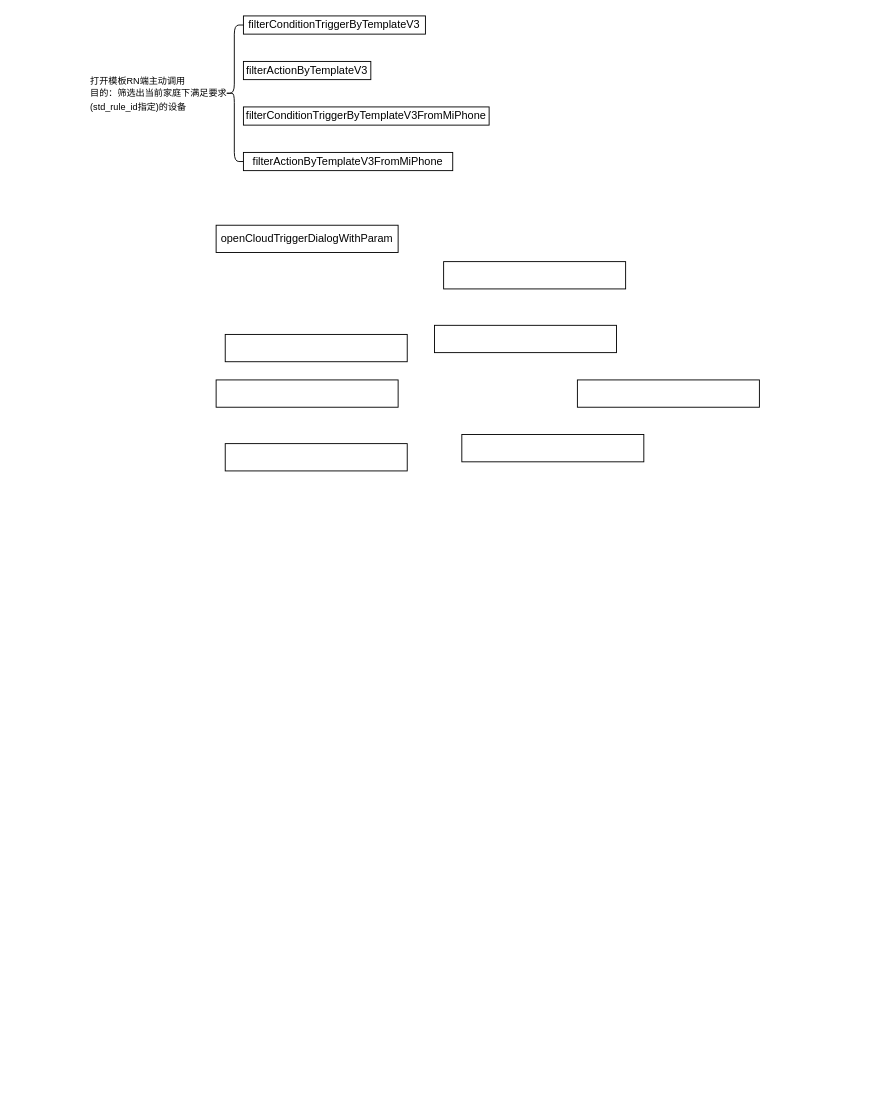
Earlier version of the draw.io diagram 未命名绘图.drawio (WljclW/coolweather). Source tidied: cells renumbered, new cells numbered last; positions are measured from the earlier drawing's top-left corner, leaving out a move shared by most shapes. Both pictures are drawn from the tidied source at 91%, with x=0, y=0 at pixel (88, 15).
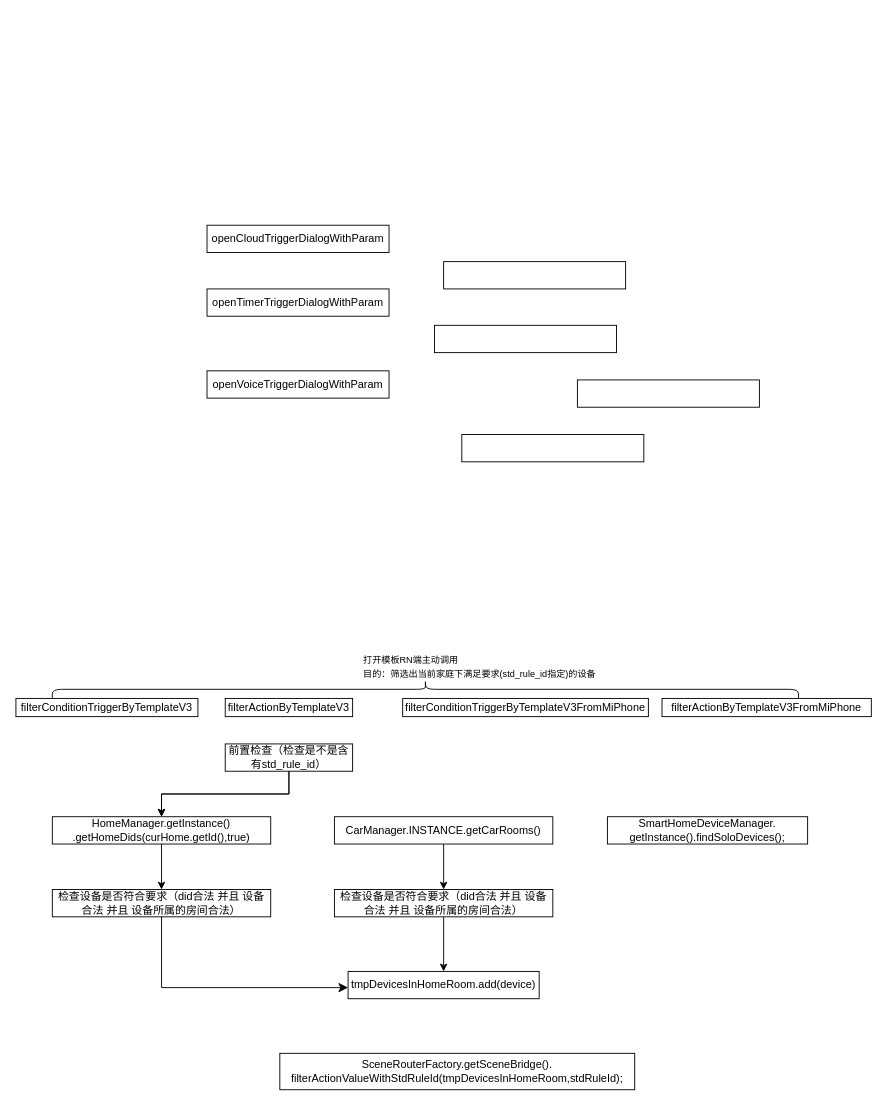
After the change.

Commit message:
更新未命名绘图.drawio

What changed in the source:
```diff
@@
-    <mxCell id="2" value="filterConditionTriggerByTemplateV3" style="rounded=0;whiteSpace=wrap;html=1;" parent="1" vertex="1">
-      <mxGeometry x="170" width="200" height="20" as="geometry" />
-    </mxCell>
-    <mxCell id="3" value="filterActionByTemplateV3" style="rounded=0;whiteSpace=wrap;html=1;" parent="1" vertex="1">
-      <mxGeometry x="170" y="50" width="140" height="20" as="geometry" />
-    </mxCell>
-    <mxCell id="4" value="filterConditionTriggerByTemplateV3FromMiPhone" style="rounded=0;whiteSpace=wrap;html=1;" parent="1" vertex="1">
-      <mxGeometry x="170" y="100" width="270" height="20" as="geometry" />
-    </mxCell>
-    <mxCell id="5" value="filterActionByTemplateV3FromMiPhone" style="rounded=0;whiteSpace=wrap;html=1;" parent="1" vertex="1">
-      <mxGeometry x="170" y="150" width="230" height="20" as="geometry" />
-    </mxCell>
-    <mxCell id="6" style="shape=curlyBracket;whiteSpace=wrap;html=1;rounded=1;labelPosition=left;verticalLabelPosition=middle;align=right;verticalAlign=middle;" parent="1" vertex="1">
-      <mxGeometry x="150" y="10" width="20" height="150" as="geometry" />
-    </mxCell>
-    <mxCell id="7" value="&lt;font style=&quot;font-size: 10px;&quot;&gt;打开模板RN端主动调用&lt;br&gt;目的：筛选出当前家庭下满足要求(std_rule_id指定)的设备&lt;br&gt;&lt;/font&gt;" style="text;html=1;align=left;verticalAlign=middle;whiteSpace=wrap;rounded=0;" parent="1" vertex="1">
-      <mxGeometry y="60" width="190" height="50" as="geometry" />
-    </mxCell>
     <mxCell id="8" value="openCloudTriggerDialogWithParam" style="rounded=0;whiteSpace=wrap;html=1;" parent="1" vertex="1">
-      <mxGeometry x="140" y="230" width="200" height="30" as="geometry" />
+      <mxGeometry x="130" y="230" width="200" height="30" as="geometry" />
     </mxCell>
@@
-    <mxCell id="13" style="rounded=0;whiteSpace=wrap;html=1;" parent="1" vertex="1">
-      <mxGeometry x="150" y="350" width="200" height="30" as="geometry" />
+    <mxCell id="13" value="openVoiceTriggerDialogWithParam" style="rounded=0;whiteSpace=wrap;html=1;" parent="1" vertex="1">
+      <mxGeometry x="130" y="390" width="200" height="30" as="geometry" />
     </mxCell>
-    <mxCell id="14" style="rounded=0;whiteSpace=wrap;html=1;" parent="1" vertex="1">
-      <mxGeometry x="140" y="400" width="200" height="30" as="geometry" />
+    <mxCell id="14" value="openTimerTriggerDialogWithParam" style="rounded=0;whiteSpace=wrap;html=1;" parent="1" vertex="1">
+      <mxGeometry x="130" y="300" width="200" height="30" as="geometry" />
     </mxCell>
-    <mxCell id="15" style="rounded=0;whiteSpace=wrap;html=1;" parent="1" vertex="1">
-      <mxGeometry x="150" y="470" width="200" height="30" as="geometry" />
-    </mxCell>
+    <mxCell id="2" value="filterConditionTriggerByTemplateV3" style="rounded=0;whiteSpace=wrap;html=1;" parent="1" vertex="1">
+      <mxGeometry x="-80" y="750" width="200" height="20" as="geometry" />
+    </mxCell>
+    <mxCell id="3" value="filterActionByTemplateV3" style="rounded=0;whiteSpace=wrap;html=1;" parent="1" vertex="1">
+      <mxGeometry x="150" y="750" width="140" height="20" as="geometry" />
+    </mxCell>
+    <mxCell id="4" value="filterConditionTriggerByTemplateV3FromMiPhone" style="rounded=0;whiteSpace=wrap;html=1;" parent="1" vertex="1">
+      <mxGeometry x="345" y="750" width="270" height="20" as="geometry" />
+    </mxCell>
+    <mxCell id="5" value="filterActionByTemplateV3FromMiPhone" style="rounded=0;whiteSpace=wrap;html=1;" parent="1" vertex="1">
+      <mxGeometry x="630" y="750" width="230" height="20" as="geometry" />
+    </mxCell>
+    <mxCell id="7" value="&lt;font style=&quot;font-size: 10px;&quot;&gt;打开模板RN端主动调用&lt;br&gt;目的：筛选出当前家庭下满足要求(std_rule_id指定)的设备&lt;br&gt;&lt;/font&gt;" style="text;html=1;align=left;verticalAlign=middle;whiteSpace=wrap;rounded=0;" parent="1" vertex="1">
+      <mxGeometry x="300" y="690" width="280" height="50" as="geometry" />
+    </mxCell>
+    <mxCell id="16" style="shape=curlyBracket;whiteSpace=wrap;html=1;rounded=1;labelPosition=left;verticalLabelPosition=middle;align=right;verticalAlign=middle;direction=south;" parent="1" vertex="1">
+      <mxGeometry x="-40" y="730" width="820" height="20" as="geometry" />
+    </mxCell>
+    <mxCell id="17" style="edgeStyle=orthogonalEdgeStyle;rounded=0;jettySize=auto;html=1;" parent="1" edge="1" source="19" target="21">
+      <mxGeometry relative="1" as="geometry" />
+    </mxCell>
+    <mxCell id="18" style="edgeStyle=orthogonalEdgeStyle;rounded=0;jettySize=auto;html=1;" parent="1" edge="1" source="19" target="21">
+      <mxGeometry relative="1" as="geometry" />
+    </mxCell>
+    <mxCell id="19" value="前置检查（检查是不是含有std_rule_id）" style="rounded=0;whiteSpace=wrap;html=1;" parent="1" vertex="1">
+      <mxGeometry x="150" y="800" width="140" height="30" as="geometry" />
+    </mxCell>
+    <mxCell id="20" style="edgeStyle=orthogonalEdgeStyle;rounded=0;jettySize=auto;html=1;" parent="1" edge="1" source="21" target="22">
+      <mxGeometry relative="1" as="geometry" />
+    </mxCell>
+    <mxCell id="21" value="HomeManager.getInstance()&lt;br&gt;.getHomeDids(curHome.getId(),true)" style="rounded=0;whiteSpace=wrap;html=1;" parent="1" vertex="1">
+      <mxGeometry x="-40" y="880" width="240" height="30" as="geometry" />
+    </mxCell>
+    <mxCell id="22" value="检查设备是否符合要求（did合法 并且 设备合法 并且 设备所属的房间合法）" style="rounded=0;whiteSpace=wrap;html=1;" parent="1" vertex="1">
+      <mxGeometry x="-40" y="960" width="240" height="30" as="geometry" />
+    </mxCell>
+    <mxCell id="23" style="edgeStyle=orthogonalEdgeStyle;rounded=0;jettySize=auto;html=1;" parent="1" edge="1" source="24" target="26">
+      <mxGeometry relative="1" as="geometry" />
+    </mxCell>
+    <mxCell id="24" value="&lt;span style=&quot;text-align: left;&quot;&gt;CarManager.INSTANCE.getCarRooms()&lt;/span&gt;" style="rounded=0;whiteSpace=wrap;html=1;" parent="1" vertex="1">
+      <mxGeometry x="270" y="880" width="240" height="30" as="geometry" />
+    </mxCell>
+    <mxCell id="25" style="edgeStyle=orthogonalEdgeStyle;rounded=0;jettySize=auto;html=1;" parent="1" edge="1" source="26" target="28">
+      <mxGeometry relative="1" as="geometry" />
+    </mxCell>
+    <mxCell id="26" value="检查设备是否符合要求（did合法 并且 设备合法 并且 设备所属的房间合法）" style="rounded=0;whiteSpace=wrap;html=1;" parent="1" vertex="1">
+      <mxGeometry x="270" y="960" width="240" height="30" as="geometry" />
+    </mxCell>
+    <mxCell id="27" value="SmartHomeDeviceManager.&lt;br&gt;getInstance().findSoloDevices();" style="rounded=0;whiteSpace=wrap;html=1;" parent="1" vertex="1">
+      <mxGeometry x="570" y="880" width="220" height="30" as="geometry" />
+    </mxCell>
+    <mxCell id="28" value="tmpDevicesInHomeRoom.add(device)" style="rounded=0;whiteSpace=wrap;html=1;" parent="1" vertex="1">
+      <mxGeometry x="285" y="1050" width="210" height="30" as="geometry" />
+    </mxCell>
+    <mxCell id="29" value="SceneRouterFactory.getSceneBridge().&lt;br&gt;filterActionValueWithStdRuleId(tmpDevicesInHomeRoom,stdRuleId);" style="rounded=0;whiteSpace=wrap;html=1;" parent="1" vertex="1">
+      <mxGeometry x="210" y="1140" width="390" height="40" as="geometry" />
+    </mxCell>
+    <mxCell id="30" style="edgeStyle=elbowEdgeStyle;elbow=horizontal;endArrow=classic;html=1;curved=0;rounded=0;endSize=8;startSize=8;exitX=0.5;exitY=1;exitDx=0;exitDy=0;exitPerimeter=0;" parent="1" edge="1" source="22">
+      <mxGeometry relative="1" as="geometry">
+        <mxPoint x="285" y="1067.8" as="targetPoint" />
+        <Array as="points">
+          <mxPoint x="80" y="1040" />
+        </Array>
+      </mxGeometry>
+    </mxCell>
```
